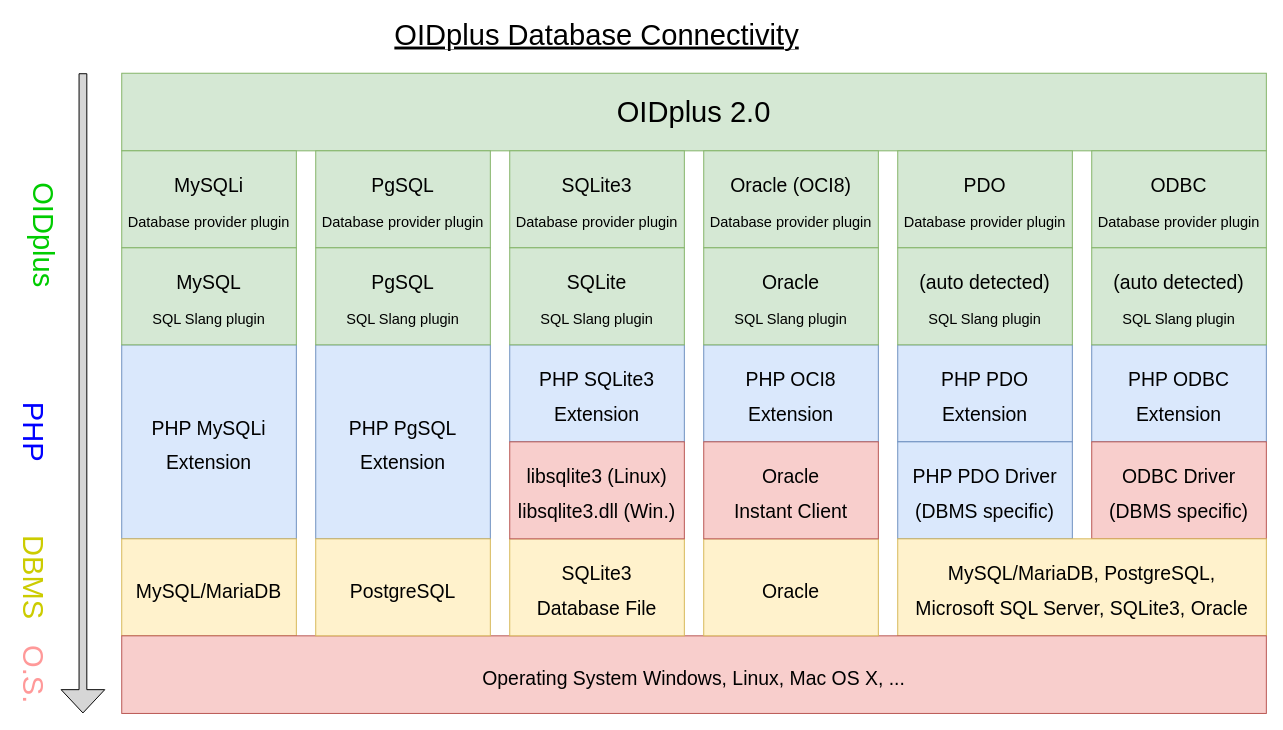
This is doc/database_connectivity_diagram.drawio from danielmarschall/oidplus, a draw.io file, before an edit. Source tidied: cells renumbered, new cells numbered last; positions are measured from the earlier drawing's top-left corner, leaving out a move shared by most shapes. Both pictures are drawn from the tidied source at 97%, with x=0, y=0 at pixel (-15, 24).
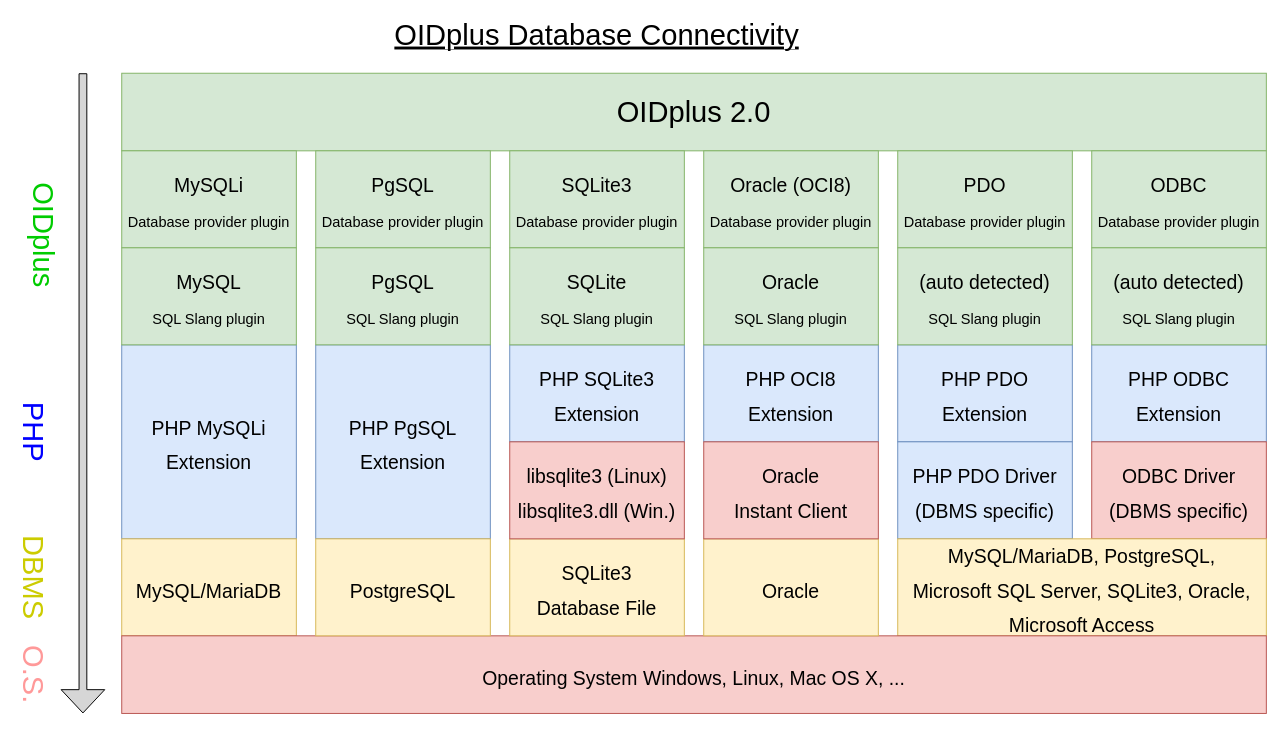
The same diagram, later.

Change to the diagram source:
```diff
@@
-    <mxCell id="17" value="&lt;span style=&quot;font-size: 20px&quot;&gt;MySQL/MariaDB, PostgreSQL,&lt;br&gt;Microsoft SQL Server, SQLite3, Oracle&lt;/span&gt;" style="rounded=0;whiteSpace=wrap;html=1;fontSize=30;fillColor=#fff2cc;strokeColor=#d6b656;shadow=0;" parent="1" vertex="1">
+    <mxCell id="17" value="&lt;span style=&quot;font-size: 20px&quot;&gt;MySQL/MariaDB, PostgreSQL,&lt;br&gt;Microsoft SQL Server, SQLite3, Oracle, Microsoft Access&lt;/span&gt;" style="rounded=0;whiteSpace=wrap;html=1;fontSize=30;fillColor=#fff2cc;strokeColor=#d6b656;shadow=0;" parent="1" vertex="1">
       <mxGeometry x="940" y="530" width="380" height="100" as="geometry" />
     </mxCell>
```
